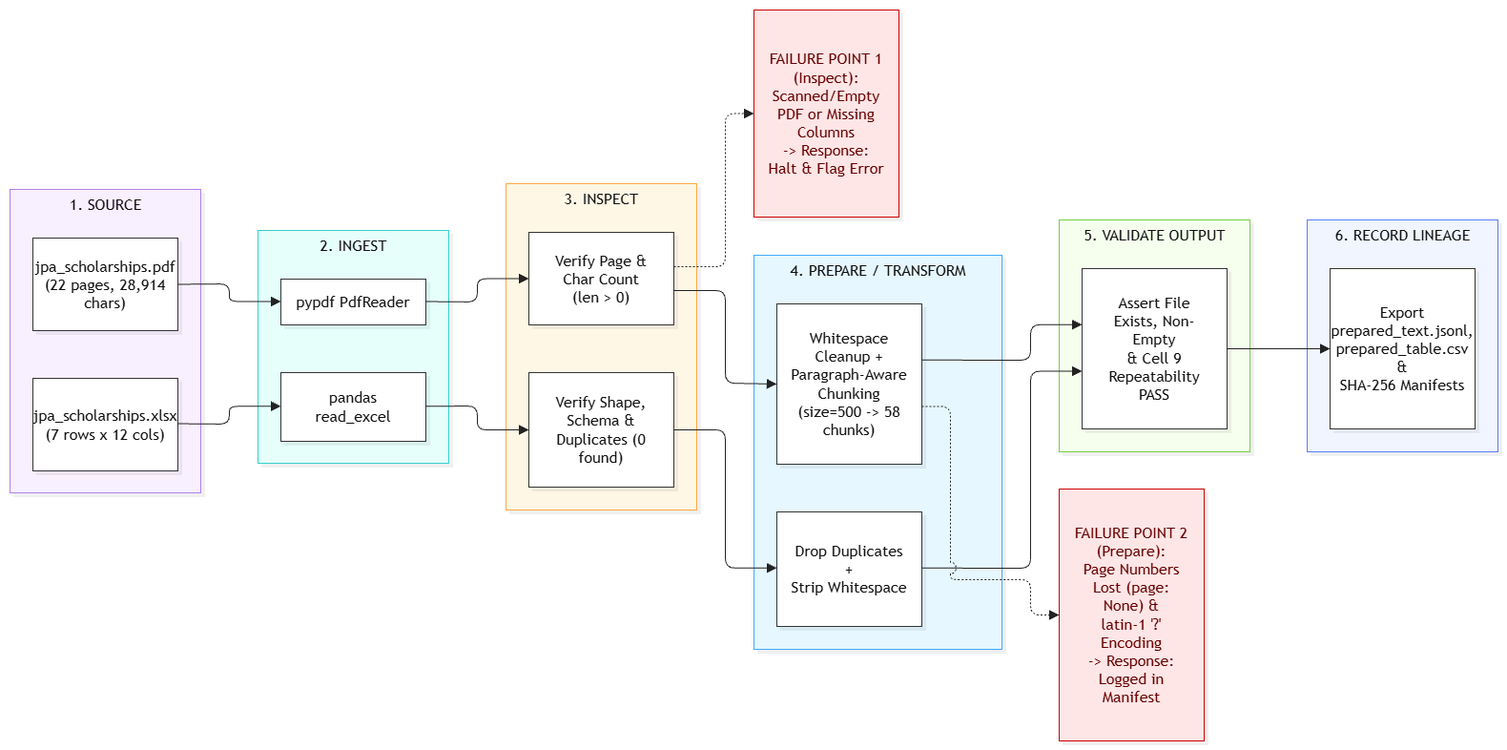
Above: docs/week3_pipeline_diagram.png in Kimii-Dev/ai-engineering-ai-finder-scholarship (draw.io), before the change. Source tidied: cells renumbered, new cells last; positions are measured from the earlier drawing's top-left corner, leaving out a move shared by most shapes.
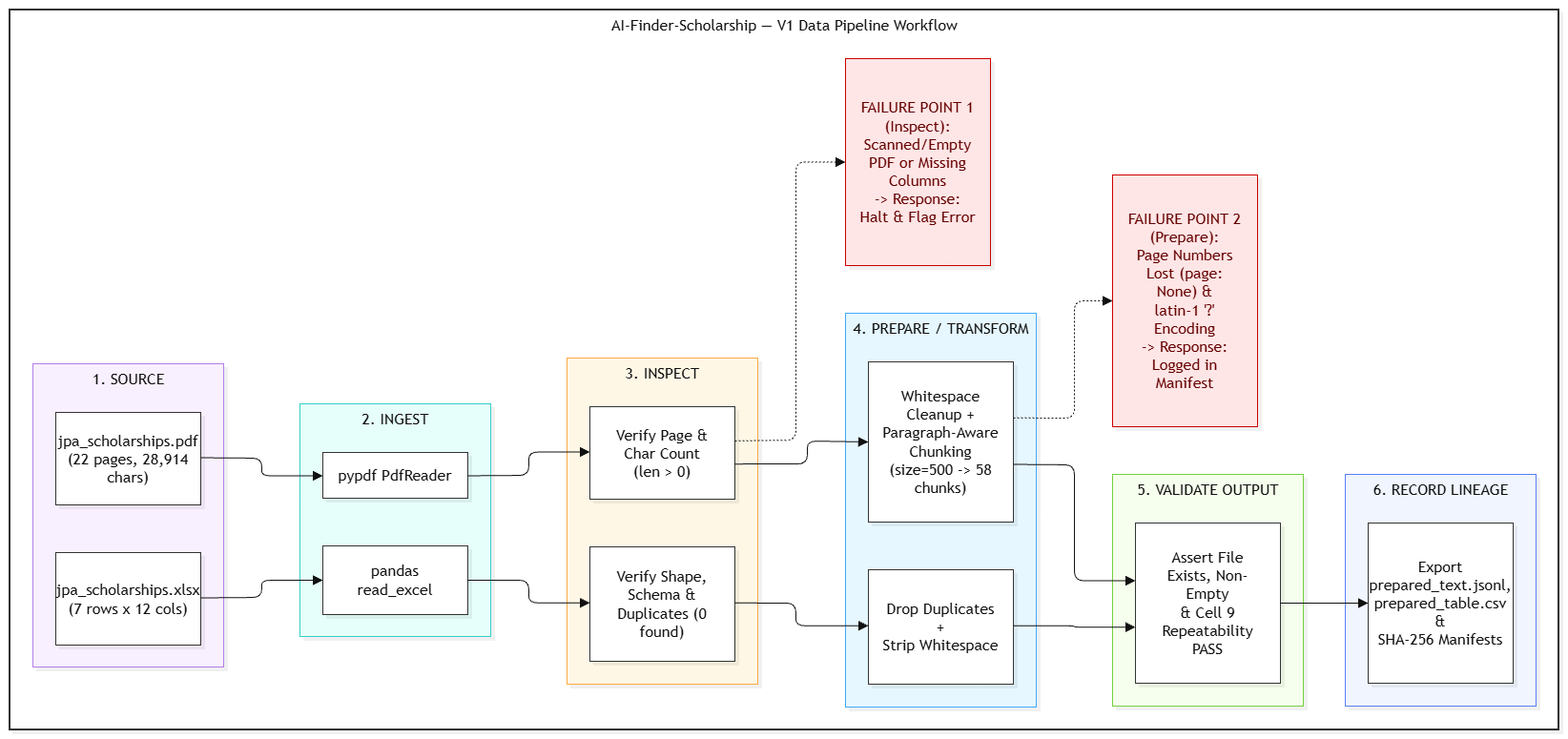
Later version of the same file.

Change to the diagram source:
```diff
@@ -7,4 +7,7 @@
     </mxCell>
+    <mxCell id="32" value="AI-Finder-Scholarship — V1 Data Pipeline Workflow" style="html=1;whiteSpace=nowrap;strokeWidth=2;verticalAlign=top;fillColor=default;strokeColor=#333333;fontColor=#111111;fontFamily=Trebuchet MS,Verdana,Arial,sans-serif;fontSize=16;shadow=1;shadowColor=#000000;shadowOffsetX=4;shadowOffsetY=4;shadowBlur=0;shadowOpacity=6;" parent="2" vertex="1">
+      <mxGeometry x="30" y="30" width="1624" height="755" as="geometry" />
+    </mxCell>
-    <mxCell id="3" value="6. RECORD LINEAGE" style="html=1;whiteSpace=nowrap;strokeWidth=1;verticalAlign=top;fillColor=#f0f5ff;strokeColor=#597ef7;fontColor=#111111;fontFamily=Trebuchet MS,Verdana,Arial,sans-serif;fontSize=16;shadow=1;shadowColor=#000000;shadowOffsetX=4;shadowOffsetY=4;shadowBlur=0;shadowOpacity=6;" parent="2" vertex="1">
-      <mxGeometry x="1390" y="250" width="200" height="243" as="geometry" />
+    <mxCell id="3" value="6. RECORD LINEAGE" style="html=1;whiteSpace=nowrap;strokeWidth=1;verticalAlign=top;fillColor=#f0f5ff;strokeColor=#597ef7;fontColor=#111111;fontFamily=Trebuchet MS,Verdana,Arial,sans-serif;fontSize=16;shadow=1;shadowColor=#000000;shadowOffsetX=4;shadowOffsetY=4;shadowBlur=0;shadowOpacity=6;" parent="32" vertex="1">
+      <mxGeometry x="1400" y="487" width="200" height="243" as="geometry" />
     </mxCell>
@@ -13,4 +16,4 @@
     </mxCell>
-    <mxCell id="5" value="5. VALIDATE OUTPUT" style="html=1;whiteSpace=nowrap;strokeWidth=1;verticalAlign=top;fillColor=#f6ffed;strokeColor=#73d13d;fontColor=#111111;fontFamily=Trebuchet MS,Verdana,Arial,sans-serif;fontSize=16;shadow=1;shadowColor=#000000;shadowOffsetX=4;shadowOffsetY=4;shadowBlur=0;shadowOpacity=6;" parent="2" vertex="1">
-      <mxGeometry x="1130" y="250" width="200" height="243" as="geometry" />
+    <mxCell id="5" value="5. VALIDATE OUTPUT" style="html=1;whiteSpace=nowrap;strokeWidth=1;verticalAlign=top;fillColor=#f6ffed;strokeColor=#73d13d;fontColor=#111111;fontFamily=Trebuchet MS,Verdana,Arial,sans-serif;fontSize=16;shadow=1;shadowColor=#000000;shadowOffsetX=4;shadowOffsetY=4;shadowBlur=0;shadowOpacity=6;" parent="32" vertex="1">
+      <mxGeometry x="1156" y="487" width="200" height="243" as="geometry" />
     </mxCell>
@@ -19,4 +22,4 @@
     </mxCell>
-    <mxCell id="7" value="4. PREPARE / TRANSFORM" style="html=1;whiteSpace=nowrap;strokeWidth=1;verticalAlign=top;fillColor=#e6f7ff;strokeColor=#40a9ff;fontColor=#111111;fontFamily=Trebuchet MS,Verdana,Arial,sans-serif;fontSize=16;shadow=1;shadowColor=#000000;shadowOffsetX=4;shadowOffsetY=4;shadowBlur=0;shadowOpacity=6;" parent="2" vertex="1">
-      <mxGeometry x="810" y="287" width="260" height="413" as="geometry" />
+    <mxCell id="7" value="4. PREPARE / TRANSFORM" style="html=1;whiteSpace=nowrap;strokeWidth=1;verticalAlign=top;fillColor=#e6f7ff;strokeColor=#40a9ff;fontColor=#111111;fontFamily=Trebuchet MS,Verdana,Arial,sans-serif;fontSize=16;shadow=1;shadowColor=#000000;shadowOffsetX=4;shadowOffsetY=4;shadowBlur=0;shadowOpacity=6;" parent="32" vertex="1">
+      <mxGeometry x="876" y="318" width="200" height="413" as="geometry" />
     </mxCell>
@@ -28,4 +31,4 @@
     </mxCell>
-    <mxCell id="10" value="3. INSPECT" style="html=1;whiteSpace=nowrap;strokeWidth=1;verticalAlign=top;fillColor=#fff7e6;strokeColor=#ffa940;fontColor=#111111;fontFamily=Trebuchet MS,Verdana,Arial,sans-serif;fontSize=16;shadow=1;shadowColor=#000000;shadowOffsetX=4;shadowOffsetY=4;shadowBlur=0;shadowOpacity=6;" parent="2" vertex="1">
-      <mxGeometry x="550" y="212" width="200" height="342" as="geometry" />
+    <mxCell id="10" value="3. INSPECT" style="html=1;whiteSpace=nowrap;strokeWidth=1;verticalAlign=top;fillColor=#fff7e6;strokeColor=#ffa940;fontColor=#111111;fontFamily=Trebuchet MS,Verdana,Arial,sans-serif;fontSize=16;shadow=1;shadowColor=#000000;shadowOffsetX=4;shadowOffsetY=4;shadowBlur=0;shadowOpacity=6;" parent="32" vertex="1">
+      <mxGeometry x="584" y="365" width="200" height="342" as="geometry" />
     </mxCell>
@@ -37,4 +40,4 @@
     </mxCell>
-    <mxCell id="13" value="2. INGEST" style="html=1;whiteSpace=nowrap;strokeWidth=1;verticalAlign=top;fillColor=#e6fffb;strokeColor=#36cfc9;fontColor=#111111;fontFamily=Trebuchet MS,Verdana,Arial,sans-serif;fontSize=16;shadow=1;shadowColor=#000000;shadowOffsetX=4;shadowOffsetY=4;shadowBlur=0;shadowOpacity=6;" parent="2" vertex="1">
-      <mxGeometry x="290" y="261" width="200" height="244" as="geometry" />
+    <mxCell id="13" value="2. INGEST" style="html=1;whiteSpace=nowrap;strokeWidth=1;verticalAlign=top;fillColor=#e6fffb;strokeColor=#36cfc9;fontColor=#111111;fontFamily=Trebuchet MS,Verdana,Arial,sans-serif;fontSize=16;shadow=1;shadowColor=#000000;shadowOffsetX=4;shadowOffsetY=4;shadowBlur=0;shadowOpacity=6;" parent="32" vertex="1">
+      <mxGeometry x="304" y="413" width="200" height="244" as="geometry" />
     </mxCell>
@@ -46,4 +49,4 @@
     </mxCell>
-    <mxCell id="16" value="1. SOURCE" style="html=1;whiteSpace=nowrap;strokeWidth=1;verticalAlign=top;fillColor=#f9f0ff;strokeColor=#b37feb;fontColor=#111111;fontFamily=Trebuchet MS,Verdana,Arial,sans-serif;fontSize=16;shadow=1;shadowColor=#000000;shadowOffsetX=4;shadowOffsetY=4;shadowBlur=0;shadowOpacity=6;" parent="2" vertex="1">
-      <mxGeometry x="30" y="218" width="200" height="318" as="geometry" />
+    <mxCell id="16" value="1. SOURCE" style="html=1;whiteSpace=nowrap;strokeWidth=1;verticalAlign=top;fillColor=#f9f0ff;strokeColor=#b37feb;fontColor=#111111;fontFamily=Trebuchet MS,Verdana,Arial,sans-serif;fontSize=16;shadow=1;shadowColor=#000000;shadowOffsetX=4;shadowOffsetY=4;shadowBlur=0;shadowOpacity=6;" parent="32" vertex="1">
+      <mxGeometry x="24" y="371" width="200" height="318" as="geometry" />
     </mxCell>
@@ -55,15 +58,15 @@
     </mxCell>
-    <mxCell id="19" value="FAILURE POINT 1 (Inspect):&#10;Scanned/Empty PDF or Missing Columns&#10;-&gt; Response: Halt &amp; Flag Error" style="html=1;whiteSpace=wrap;strokeWidth=1;fillColor=#ffe6e6;strokeColor=#cc0000;fontColor=#660000;fontFamily=Trebuchet MS,Verdana,Arial,sans-serif;fontSize=16;shadow=1;shadowColor=#000000;shadowOffsetX=4;shadowOffsetY=4;shadowBlur=0;shadowOpacity=6;labelWidth=120;" parent="2" vertex="1">
-      <mxGeometry x="810" y="30" width="152" height="217" as="geometry" />
+    <mxCell id="19" value="FAILURE POINT 1 (Inspect):&#10;Scanned/Empty PDF or Missing Columns&#10;-&gt; Response: Halt &amp; Flag Error" style="html=1;whiteSpace=wrap;strokeWidth=1;fillColor=#ffe6e6;strokeColor=#cc0000;fontColor=#660000;fontFamily=Trebuchet MS,Verdana,Arial,sans-serif;fontSize=16;shadow=1;shadowColor=#000000;shadowOffsetX=4;shadowOffsetY=4;shadowBlur=0;shadowOpacity=6;labelWidth=120;" parent="32" vertex="1">
+      <mxGeometry x="876" y="51" width="152" height="217" as="geometry" />
     </mxCell>
-    <mxCell id="20" value="FAILURE POINT 2 (Prepare):&#10;Page Numbers Lost (page: None) &amp;&#10;latin-1 '?' Encoding&#10;-&gt; Response: Logged in Manifest" style="html=1;whiteSpace=wrap;strokeWidth=1;fillColor=#ffe6e6;strokeColor=#cc0000;fontColor=#660000;fontFamily=Trebuchet MS,Verdana,Arial,sans-serif;fontSize=16;shadow=1;shadowColor=#000000;shadowOffsetX=4;shadowOffsetY=4;shadowBlur=0;shadowOpacity=6;labelWidth=120;" parent="2" vertex="1">
-      <mxGeometry x="1130" y="532" width="152" height="264" as="geometry" />
+    <mxCell id="20" value="FAILURE POINT 2 (Prepare):&#10;Page Numbers Lost (page: None) &amp;&#10;latin-1 '?' Encoding&#10;-&gt; Response: Logged in Manifest" style="html=1;whiteSpace=wrap;strokeWidth=1;fillColor=#ffe6e6;strokeColor=#cc0000;fontColor=#660000;fontFamily=Trebuchet MS,Verdana,Arial,sans-serif;fontSize=16;shadow=1;shadowColor=#000000;shadowOffsetX=4;shadowOffsetY=4;shadowBlur=0;shadowOpacity=6;labelWidth=120;" parent="32" vertex="1">
+      <mxGeometry x="1156" y="173" width="152" height="264" as="geometry" />
     </mxCell>
-    <mxCell id="21" style="edgeStyle=orthogonalEdgeStyle;rounded=1;curved=0;startArrow=none;endArrow=block;endSize=8;jumpStyle=arc;jumpSize=12;strokeColor=#222222;exitX=1;exitY=0.5;entryX=0;entryY=0.49;targetPerimeterSpacing=4;" parent="2" edge="1" source="17" target="14">
+    <mxCell id="21" style="edgeStyle=orthogonalEdgeStyle;rounded=1;curved=0;startArrow=none;endArrow=block;endSize=8;jumpStyle=arc;jumpSize=12;strokeColor=#111111;exitX=1;exitY=0.49;entryX=0;entryY=0.51;targetPerimeterSpacing=4;" parent="32" edge="1" source="17" target="14">
       <mxGeometry relative="1" as="geometry">
         <Array as="points">
-          <mxPoint x="240" y="317" />
-          <mxPoint x="260" y="317" />
-          <mxPoint x="260" y="336" />
-          <mxPoint x="280" y="336" />
+          <mxPoint x="234" y="470" />
+          <mxPoint x="264" y="470" />
+          <mxPoint x="264" y="488" />
+          <mxPoint x="294" y="488" />
         </Array>
@@ -71,9 +74,9 @@
     </mxCell>
-    <mxCell id="22" style="edgeStyle=orthogonalEdgeStyle;rounded=1;curved=0;startArrow=none;endArrow=block;endSize=8;jumpStyle=arc;jumpSize=12;strokeColor=#222222;exitX=1;exitY=0.49;entryX=0;entryY=0.5;targetPerimeterSpacing=4;" parent="2" edge="1" source="14" target="11">
+    <mxCell id="22" style="edgeStyle=orthogonalEdgeStyle;rounded=1;curved=0;startArrow=none;endArrow=block;endSize=8;jumpStyle=arc;jumpSize=12;strokeColor=#111111;exitX=1;exitY=0.51;entryX=0;entryY=0.49;targetPerimeterSpacing=4;" parent="32" edge="1" source="14" target="11">
       <mxGeometry relative="1" as="geometry">
         <Array as="points">
-          <mxPoint x="500" y="336" />
-          <mxPoint x="520" y="336" />
-          <mxPoint x="520" y="311" />
-          <mxPoint x="540" y="311" />
+          <mxPoint x="514" y="488" />
+          <mxPoint x="544" y="488" />
+          <mxPoint x="544" y="464" />
+          <mxPoint x="574" y="464" />
         </Array>
@@ -81,9 +84,9 @@
     </mxCell>
-    <mxCell id="23" style="edgeStyle=orthogonalEdgeStyle;rounded=1;curved=0;startArrow=none;endArrow=block;endSize=8;jumpStyle=arc;jumpSize=12;strokeColor=#222222;exitX=1;exitY=0.63;entryX=0;entryY=0.5;targetPerimeterSpacing=4;" parent="2" edge="1" source="11" target="8">
+    <mxCell id="23" style="edgeStyle=orthogonalEdgeStyle;rounded=1;curved=0;startArrow=none;endArrow=block;endSize=8;jumpStyle=arc;jumpSize=12;strokeColor=#111111;exitX=1;exitY=0.62;entryX=0;entryY=0.5;targetPerimeterSpacing=4;" parent="32" edge="1" source="11" target="8">
       <mxGeometry relative="1" as="geometry">
         <Array as="points">
-          <mxPoint x="760" y="324" />
-          <mxPoint x="780" y="324" />
-          <mxPoint x="780" y="421" />
-          <mxPoint x="800" y="421" />
+          <mxPoint x="794" y="476" />
+          <mxPoint x="836" y="476" />
+          <mxPoint x="836" y="452" />
+          <mxPoint x="866" y="452" />
         </Array>
@@ -91,9 +94,9 @@
     </mxCell>
-    <mxCell id="24" style="edgeStyle=orthogonalEdgeStyle;rounded=1;curved=0;startArrow=none;endArrow=block;endSize=8;jumpStyle=arc;jumpSize=12;strokeColor=#222222;exitX=1;exitY=0.35;entryX=0;entryY=0.35;targetPerimeterSpacing=4;" parent="2" edge="1" source="8" target="6">
+    <mxCell id="24" style="edgeStyle=orthogonalEdgeStyle;rounded=1;curved=0;startArrow=none;endArrow=block;endSize=8;jumpStyle=arc;jumpSize=12;strokeColor=#111111;exitX=1;exitY=0.64;entryX=0;entryY=0.36;targetPerimeterSpacing=4;" parent="32" edge="1" source="8" target="6">
       <mxGeometry relative="1" as="geometry">
         <Array as="points">
-          <mxPoint x="1080" y="397" />
-          <mxPoint x="1100" y="397" />
-          <mxPoint x="1100" y="360" />
-          <mxPoint x="1120" y="360" />
+          <mxPoint x="1086" y="477" />
+          <mxPoint x="1116" y="477" />
+          <mxPoint x="1116" y="598" />
+          <mxPoint x="1146" y="598" />
         </Array>
@@ -101,9 +104,9 @@
     </mxCell>
-    <mxCell id="25" style="edgeStyle=orthogonalEdgeStyle;rounded=1;curved=0;startArrow=none;endArrow=block;endSize=8;jumpStyle=arc;jumpSize=12;strokeColor=#222222;exitX=1;exitY=0.49;entryX=0;entryY=0.49;targetPerimeterSpacing=4;" parent="2" edge="1" source="18" target="15">
+    <mxCell id="25" style="edgeStyle=orthogonalEdgeStyle;rounded=1;curved=0;startArrow=none;endArrow=block;endSize=8;jumpStyle=arc;jumpSize=12;strokeColor=#111111;exitX=1;exitY=0.49;entryX=0;entryY=0.5;targetPerimeterSpacing=4;" parent="32" edge="1" source="18" target="15">
       <mxGeometry relative="1" as="geometry">
         <Array as="points">
-          <mxPoint x="240" y="464" />
-          <mxPoint x="260" y="464" />
-          <mxPoint x="260" y="445" />
-          <mxPoint x="280" y="445" />
+          <mxPoint x="234" y="616" />
+          <mxPoint x="264" y="616" />
+          <mxPoint x="264" y="598" />
+          <mxPoint x="294" y="598" />
         </Array>
@@ -111,9 +114,9 @@
     </mxCell>
-    <mxCell id="26" style="edgeStyle=orthogonalEdgeStyle;rounded=1;curved=0;startArrow=none;endArrow=block;endSize=8;jumpStyle=arc;jumpSize=12;strokeColor=#222222;exitX=1;exitY=0.49;entryX=0;entryY=0.5;targetPerimeterSpacing=4;" parent="2" edge="1" source="15" target="12">
+    <mxCell id="26" style="edgeStyle=orthogonalEdgeStyle;rounded=1;curved=0;startArrow=none;endArrow=block;endSize=8;jumpStyle=arc;jumpSize=12;strokeColor=#111111;exitX=1;exitY=0.5;entryX=0;entryY=0.49;targetPerimeterSpacing=4;" parent="32" edge="1" source="15" target="12">
       <mxGeometry relative="1" as="geometry">
         <Array as="points">
-          <mxPoint x="500" y="445" />
-          <mxPoint x="520" y="445" />
-          <mxPoint x="520" y="470" />
-          <mxPoint x="540" y="470" />
+          <mxPoint x="514" y="598" />
+          <mxPoint x="544" y="598" />
+          <mxPoint x="544" y="622" />
+          <mxPoint x="574" y="622" />
         </Array>
@@ -121,9 +124,9 @@
     </mxCell>
-    <mxCell id="27" style="edgeStyle=orthogonalEdgeStyle;rounded=1;curved=0;startArrow=none;endArrow=block;endSize=8;jumpStyle=arc;jumpSize=12;strokeColor=#222222;exitX=1;exitY=0.5;entryX=0;entryY=0.49;targetPerimeterSpacing=4;" parent="2" edge="1" source="12" target="9">
+    <mxCell id="27" style="edgeStyle=orthogonalEdgeStyle;rounded=1;curved=0;startArrow=none;endArrow=block;endSize=8;jumpStyle=arc;jumpSize=12;strokeColor=#111111;exitX=1;exitY=0.49;entryX=0;entryY=0.49;targetPerimeterSpacing=4;" parent="32" edge="1" source="12" target="9">
       <mxGeometry relative="1" as="geometry">
         <Array as="points">
-          <mxPoint x="760" y="470" />
-          <mxPoint x="780" y="470" />
-          <mxPoint x="780" y="615" />
-          <mxPoint x="800" y="615" />
+          <mxPoint x="794" y="622" />
+          <mxPoint x="824" y="622" />
+          <mxPoint x="824" y="646" />
+          <mxPoint x="866" y="646" />
         </Array>
@@ -131,21 +134,14 @@
     </mxCell>
-    <mxCell id="28" style="edgeStyle=orthogonalEdgeStyle;rounded=1;curved=0;startArrow=none;endArrow=block;endSize=8;jumpStyle=arc;jumpSize=12;strokeColor=#222222;exitX=1;exitY=0.49;entryX=0;entryY=0.64;targetPerimeterSpacing=4;" parent="2" edge="1" source="9" target="6">
-      <mxGeometry relative="1" as="geometry">
-        <Array as="points">
-          <mxPoint x="1080" y="615" />
-          <mxPoint x="1100" y="615" />
-          <mxPoint x="1100" y="409" />
-          <mxPoint x="1120" y="409" />
-        </Array>
-      </mxGeometry>
+    <mxCell id="28" style="edgeStyle=orthogonalEdgeStyle;rounded=1;curved=0;startArrow=none;endArrow=block;endSize=8;jumpStyle=arc;jumpSize=12;strokeColor=#111111;exitX=1;exitY=0.49;entryX=0;entryY=0.65;targetPerimeterSpacing=4;" parent="32" edge="1" source="9" target="6">
+      <mxGeometry relative="1" as="geometry" />
     </mxCell>
-    <mxCell id="29" style="edgeStyle=orthogonalEdgeStyle;rounded=1;curved=0;startArrow=none;endArrow=block;endSize=8;jumpStyle=arc;jumpSize=12;strokeColor=#222222;exitX=1;exitY=0.5;entryX=0;entryY=0.5;targetPerimeterSpacing=4;" parent="2" edge="1" source="6" target="4">
+    <mxCell id="29" style="edgeStyle=orthogonalEdgeStyle;rounded=1;curved=0;startArrow=none;endArrow=block;endSize=8;jumpStyle=arc;jumpSize=12;strokeColor=#111111;exitX=1;exitY=0.5;entryX=0;entryY=0.5;targetPerimeterSpacing=4;" parent="32" edge="1" source="6" target="4">
       <mxGeometry relative="1" as="geometry" />
     </mxCell>
-    <mxCell id="30" style="edgeStyle=orthogonalEdgeStyle;rounded=1;curved=0;dashed=1;dashPattern=2 2;fixDash=1;startArrow=none;endArrow=block;endSize=8;jumpStyle=arc;jumpSize=12;strokeColor=#222222;exitX=1;exitY=0.37;entryX=0;entryY=0.5;targetPerimeterSpacing=4;" parent="2" edge="1" source="11" target="19">
+    <mxCell id="30" style="edgeStyle=orthogonalEdgeStyle;rounded=1;curved=0;dashed=1;dashPattern=2 2;fixDash=1;startArrow=none;endArrow=block;endSize=8;jumpStyle=arc;jumpSize=12;strokeColor=#111111;exitX=1;exitY=0.37;entryX=0;entryY=0.5;targetPerimeterSpacing=4;" parent="32" edge="1" source="11" target="19">
       <mxGeometry relative="1" as="geometry">
         <Array as="points">
-          <mxPoint x="760" y="299" />
-          <mxPoint x="780" y="299" />
-          <mxPoint x="780" y="138" />
+          <mxPoint x="794" y="451" />
+          <mxPoint x="824" y="451" />
+          <mxPoint x="824" y="159" />
         </Array>
@@ -153,10 +149,8 @@
     </mxCell>
-    <mxCell id="31" style="edgeStyle=orthogonalEdgeStyle;rounded=1;curved=0;dashed=1;dashPattern=2 2;fixDash=1;startArrow=none;endArrow=block;endSize=8;jumpStyle=arc;jumpSize=12;strokeColor=#222222;exitX=1;exitY=0.64;entryX=0;entryY=0.5;targetPerimeterSpacing=4;" parent="2" edge="1" source="8" target="20">
+    <mxCell id="31" style="edgeStyle=orthogonalEdgeStyle;rounded=1;curved=0;dashed=1;dashPattern=2 2;fixDash=1;startArrow=none;endArrow=block;endSize=8;jumpStyle=arc;jumpSize=12;strokeColor=#111111;exitX=1;exitY=0.35;entryX=0;entryY=0.5;targetPerimeterSpacing=4;" parent="32" edge="1" source="8" target="20">
       <mxGeometry relative="1" as="geometry">
         <Array as="points">
-          <mxPoint x="1016" y="446" />
-          <mxPoint x="1016" y="627" />
-          <mxPoint x="1080" y="627" />
-          <mxPoint x="1100" y="627" />
-          <mxPoint x="1100" y="664" />
+          <mxPoint x="1086" y="428" />
+          <mxPoint x="1116" y="428" />
+          <mxPoint x="1116" y="305" />
         </Array>
```
